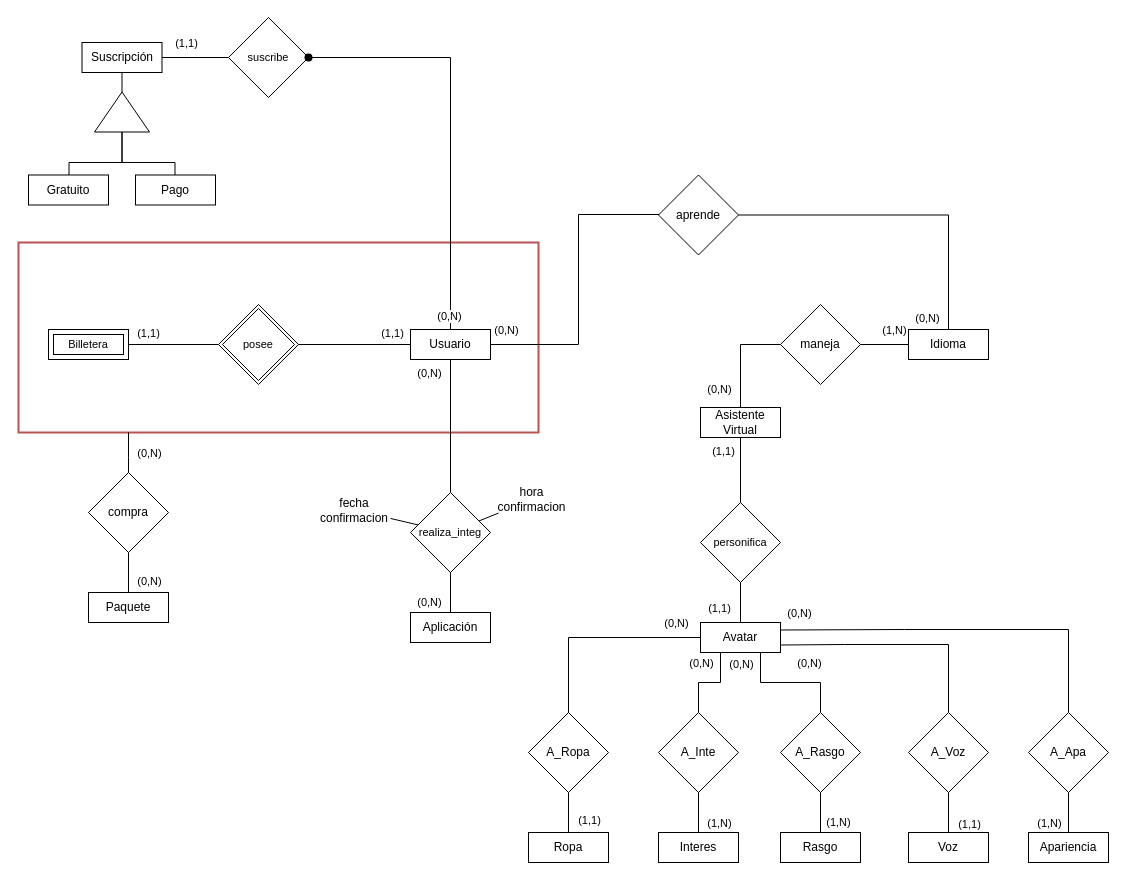
This is MER/MER OBL1.drawio from felipiacenza/BD2, a draw.io file, before an edit. Source tidied: cells renumbered, new cells numbered last; positions are measured from the earlier drawing's top-left corner, leaving out a move shared by most shapes. Both pictures are drawn from the tidied source at 100%, with x=0, y=0 at pixel (18, 17).
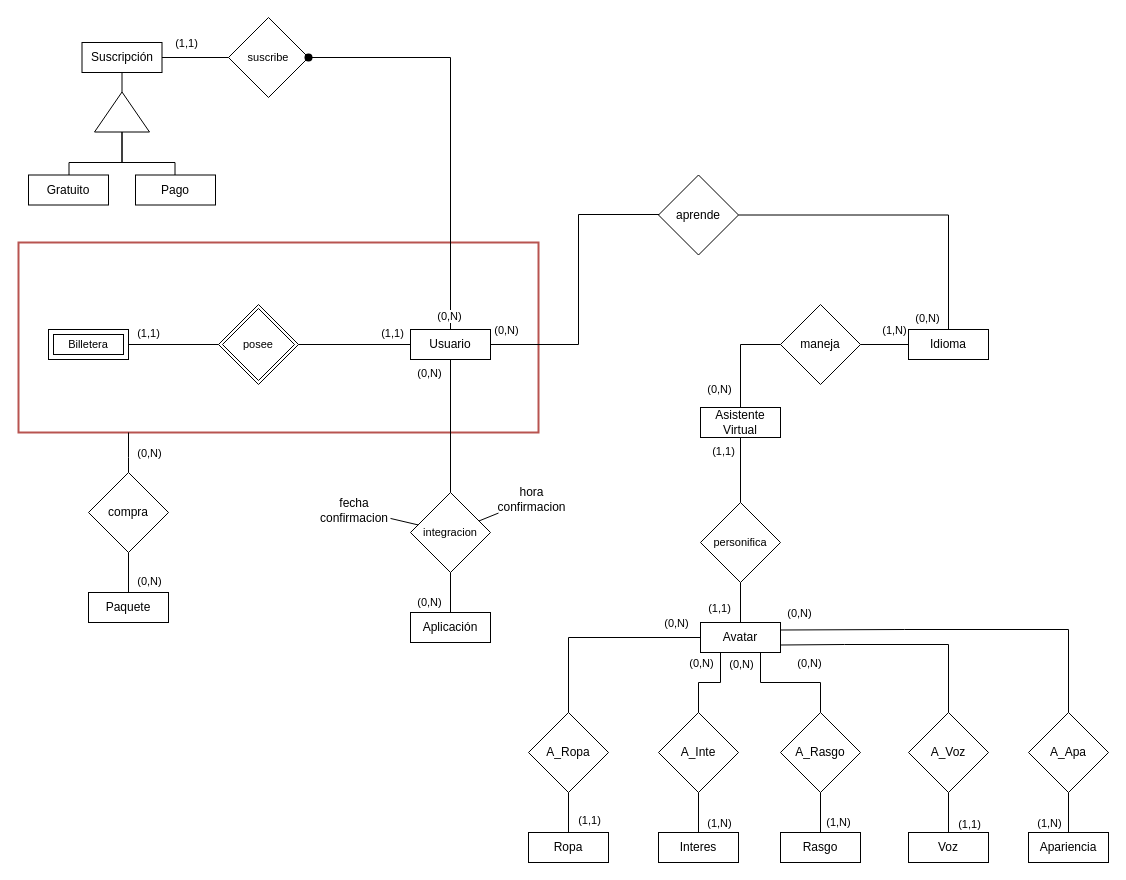
The same page after the edit.

Commit message (it also covers changes not shown here):
Confirmado: cambios en MER (nombre de entidades y relaciones nomás) y cambios reflejados en MR

What changed in the source:
```diff
@@
-    <mxCell id="19" value="realiza_integ" style="rhombus;whiteSpace=wrap;html=1;fontFamily=Helvetica;fontSize=11;fontColor=default;labelBackgroundColor=default;" parent="1" vertex="1">
+    <mxCell id="19" value="integracion" style="rhombus;whiteSpace=wrap;html=1;fontFamily=Helvetica;fontSize=11;fontColor=default;labelBackgroundColor=default;" parent="1" vertex="1">
       <mxGeometry x="392" y="475" width="80" height="80" as="geometry" />
     </mxCell>
```
